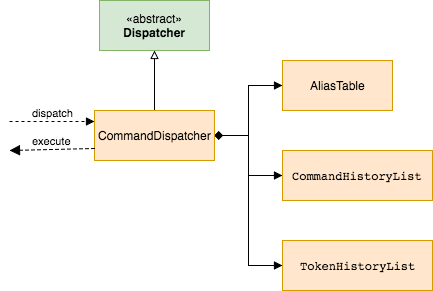
Earlier version of the draw.io export docs/images/DispatcherClassDiagram.png (CS2103JAN2017-W13-B3/addressbook-level4). Source tidied: cells renumbered, new cells last; positions are measured from the earlier drawing's top-left corner, leaving out a move shared by most shapes.
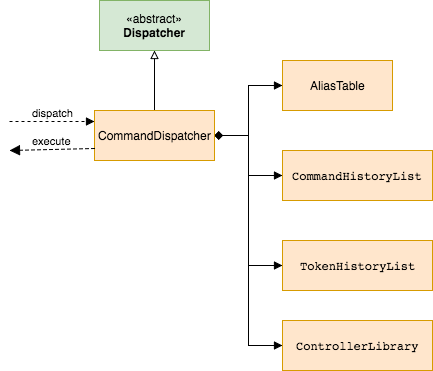
After the change.

Commit message:
Replace dispatcher class diagram

What changed in the source:
```diff
@@ -17,6 +17,9 @@
     <mxCell id="6" style="edgeStyle=orthogonalEdgeStyle;rounded=0;html=1;exitX=1;exitY=0.5;entryX=0;entryY=0.5;startArrow=diamond;startFill=1;endArrow=block;endFill=1;jettySize=auto;" parent="1" edge="1" source="7" target="10">
       <mxGeometry relative="1" as="geometry" />
     </mxCell>
+    <mxCell id="13" style="edgeStyle=orthogonalEdgeStyle;rounded=0;html=1;exitX=1;exitY=0.5;entryX=0;entryY=0.5;startArrow=none;startFill=0;endArrow=block;endFill=1;jettySize=auto;" parent="1" edge="1" source="7" target="14">
+      <mxGeometry relative="1" as="geometry" />
+    </mxCell>
     <mxCell id="7" value="CommandDispatcher" style="html=1;fillColor=#ffe6cc;strokeColor=#d79b00;" parent="1" vertex="1">
       <mxGeometry x="85" y="110" width="120" height="50" as="geometry" />
     </mxCell>
@@ -40,5 +43,8 @@
         <mxPoint y="150" as="targetPoint" />
       </mxGeometry>
     </mxCell>
+    <mxCell id="14" value="&lt;pre&gt;&lt;span&gt;ControllerLibrary&lt;/span&gt;&lt;/pre&gt;" style="html=1;fillColor=#ffe6cc;strokeColor=#d79b00;" parent="1" vertex="1">
+      <mxGeometry x="273" y="320" width="150" height="50" as="geometry" />
+    </mxCell>
   </root>
 </mxGraphModel>
```
